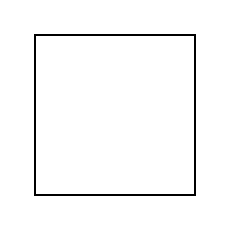
Earlier version of the draw.io diagram Untitled Diagram.drawio (software-engineering-2023/Holms). Source tidied: cells renumbered, new cells numbered last; positions are measured from the earlier drawing's top-left corner, leaving out a move shared by most shapes. Both pictures are drawn from the tidied source at 200%, with x=0, y=0 at pixel (34, 34).
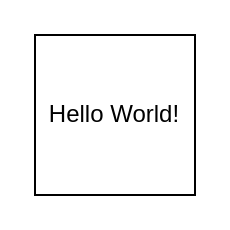
Above is the later version.

What changed in the source:
```diff
@@
 <mxGraphModel>
   <root>
     <mxCell id="0" />
     <mxCell id="1" parent="0" />
-    <mxCell id="2" style="whiteSpace=wrap;html=1;" parent="1" vertex="1">
+    <mxCell id="2" value="Hello World!" style="whiteSpace=wrap;html=1;" parent="1" vertex="1">
       <mxGeometry width="80" height="80" as="geometry" />
     </mxCell>
   </root>
 </mxGraphModel>
```
